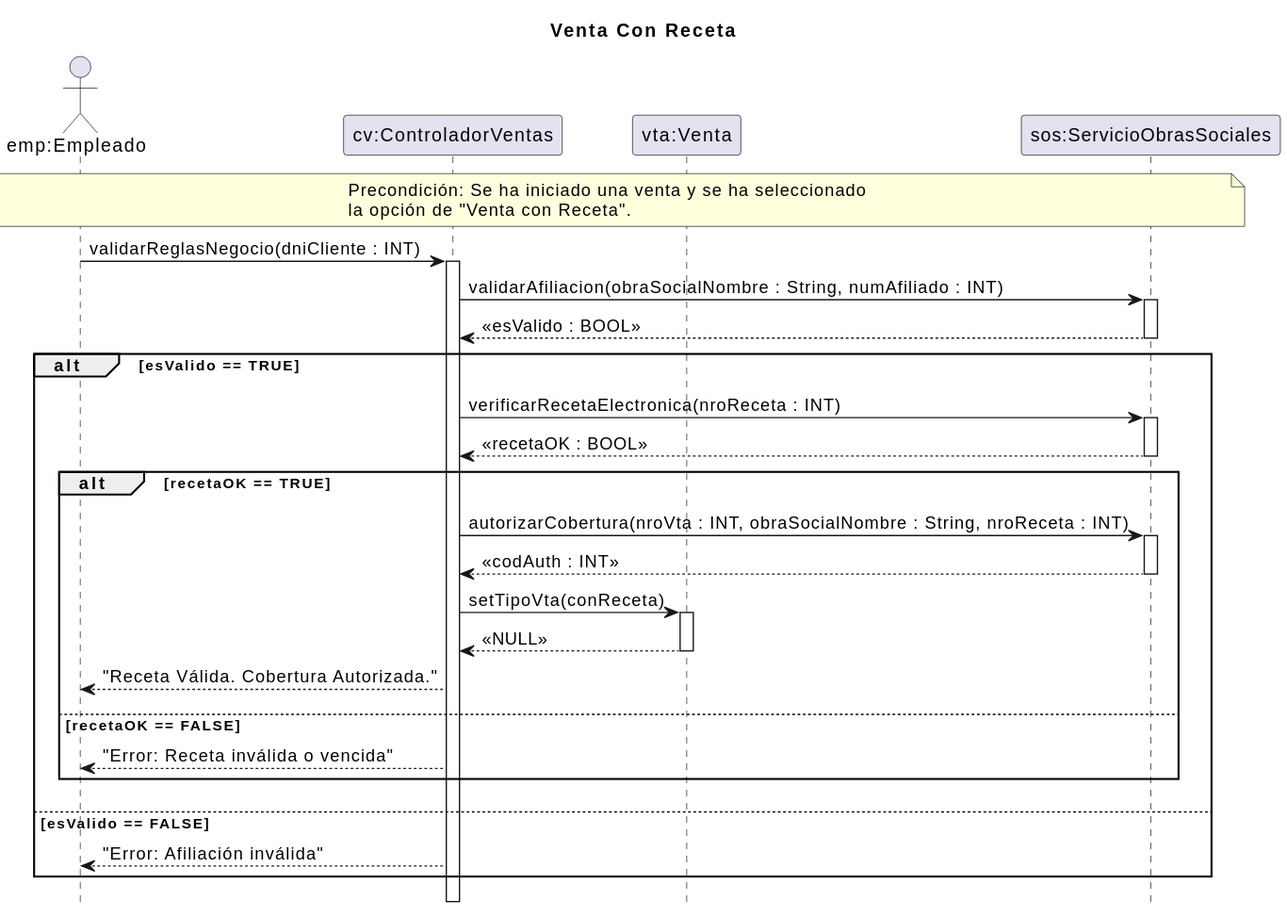
Earlier version of the PlantUML export 08 - Diagramas de Secuencia de Diseño/Venta/VentaConReceta.svg (zEzequR/PF-I).
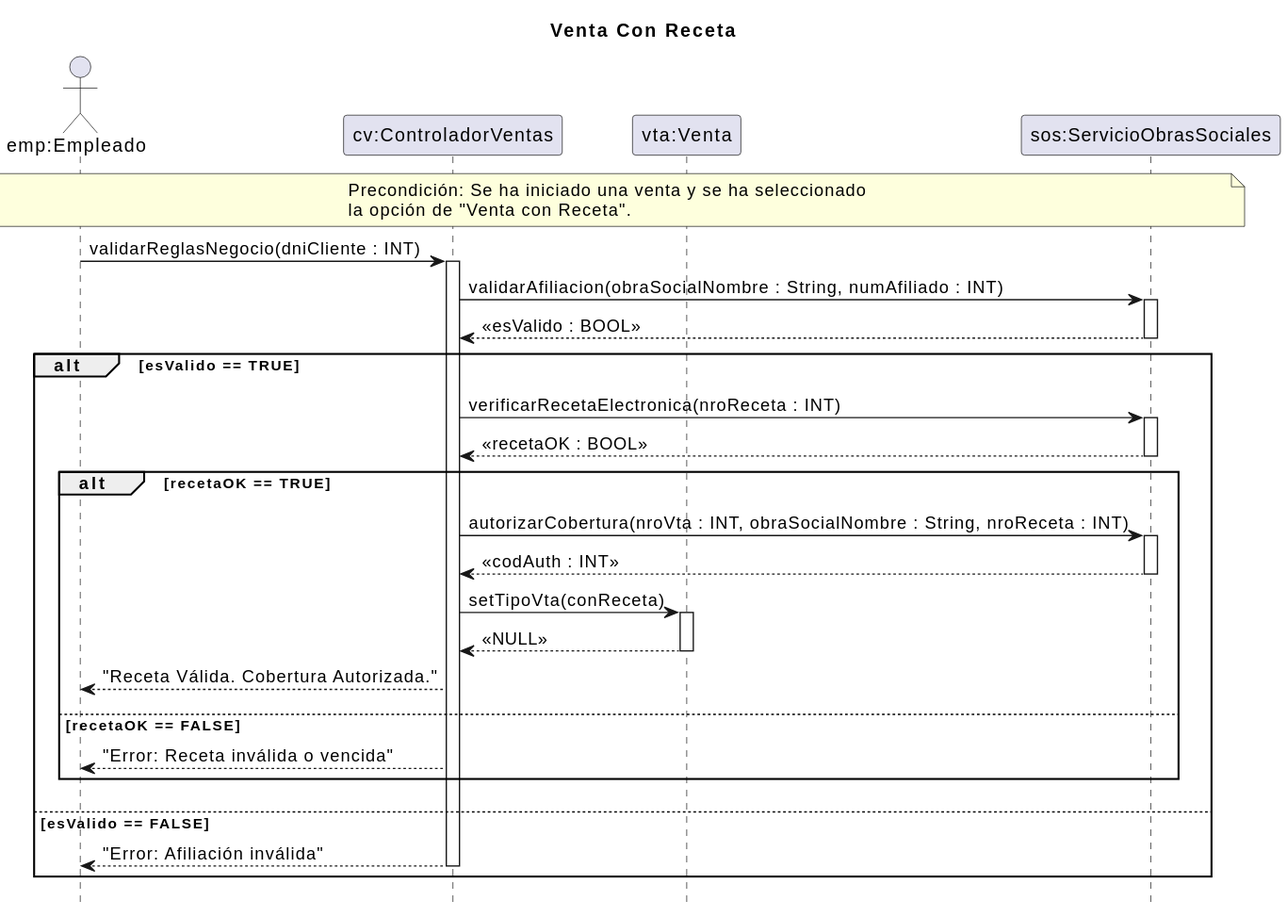
After the commit.

Diff of the diagram source:
```diff
@@ -44,7 +44,6 @@
     end
 else esValido == FALSE
     cv --> emp : "Error: Afiliación inválida"
+    deactivate cv
 end
-
-deactivate cv
 @enduml
```
